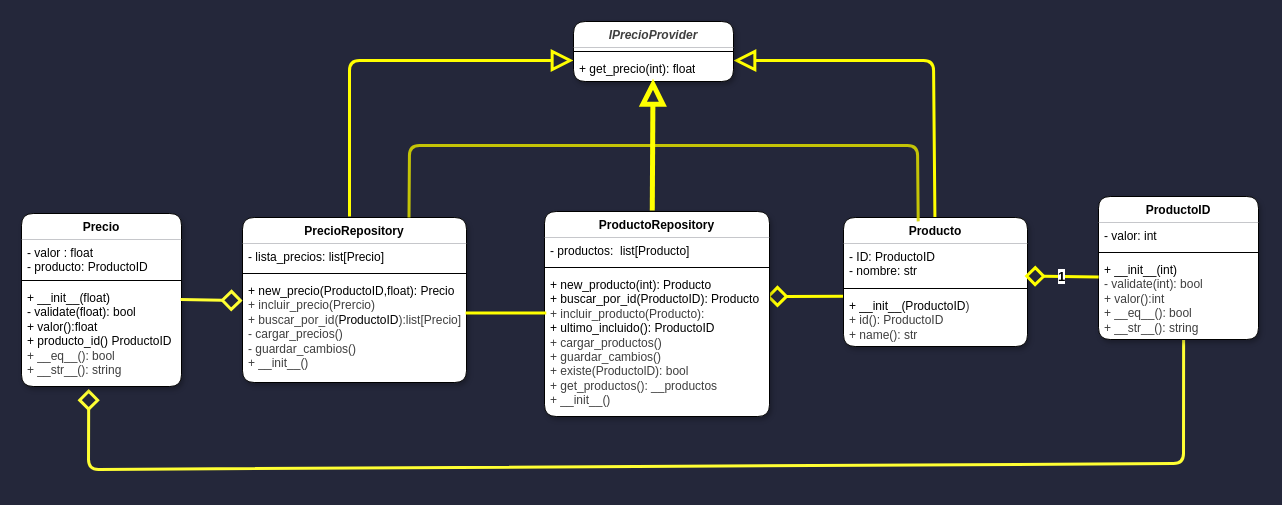
This is Docs/DiagramaSubSistema.drawio from shinovi9/Subsistema-Precio, a draw.io file, before an edit. Source tidied: cells renumbered, new cells numbered last; positions are measured from the earlier drawing's top-left corner, leaving out a move shared by most shapes. Both pictures are drawn from the tidied source at 100%, with x=0, y=0 at pixel (21, 21).
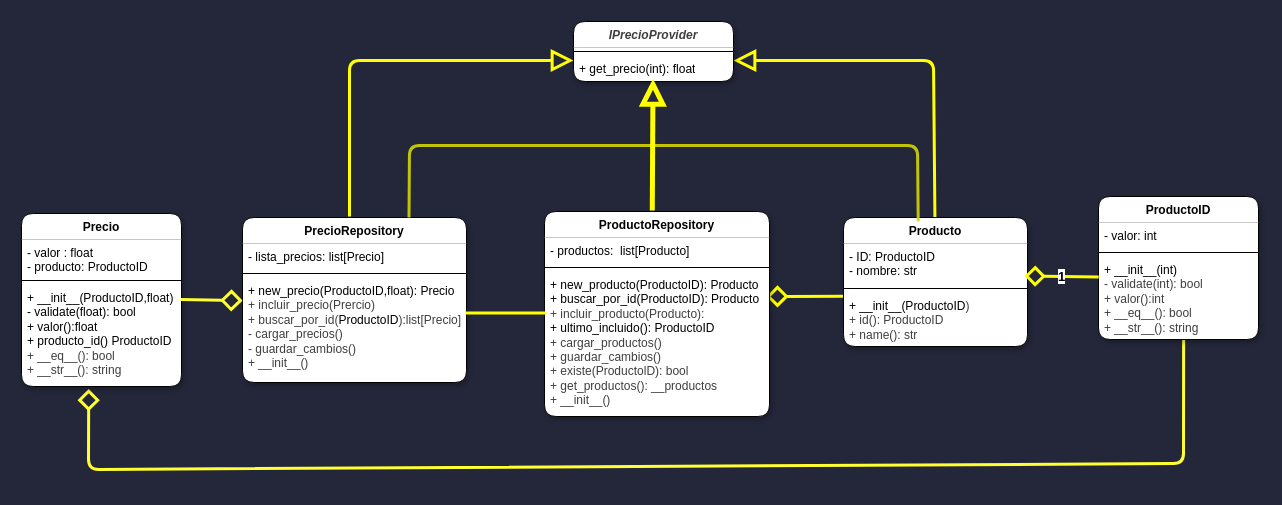
The same page after the edit.

The change refers to these unchanged cells:
```xml
<mxCell id="13" value="ProductoRepository" style="swimlane;fontStyle=1;align=center;verticalAlign=top;horizontal=1;startSize=26;whiteSpace=wrap;html=1;swimlaneFillColor=default;gradientColor=none;fillStyle=auto;strokeWidth=1;rounded=1;glass=0;swimlaneLine=0;shadow=1;" parent="1" vertex="1">
  <mxGeometry x="523" y="190" width="225" height="205" as="geometry" />
</mxCell>
<mxCell id="29" value="Precio" style="swimlane;fontStyle=1;align=center;verticalAlign=top;horizontal=1;startSize=26;whiteSpace=wrap;html=1;swimlaneFillColor=default;gradientColor=none;fillStyle=auto;strokeWidth=1;rounded=1;glass=0;swimlaneLine=0;shadow=1;" parent="1" vertex="1">
  <mxGeometry y="192" width="160" height="173" as="geometry" />
</mxCell>
```

The edit, as a diff of the source:
```diff
@@
-    <mxCell id="16" value="&lt;font style=&quot;scrollbar-color: rgb(226, 226, 226) rgb(251, 251, 251); color: rgb(0, 0, 0);&quot;&gt;+ new_producto(int): Producto&lt;/font&gt;&lt;div style=&quot;scrollbar-color: rgb(226, 226, 226) rgb(251, 251, 251); color: rgb(63, 63, 63);&quot;&gt;&lt;font style=&quot;scrollbar-color: rgb(226, 226, 226) rgb(251, 251, 251); color: rgb(0, 0, 0);&quot;&gt;+ buscar_por_id(ProductoID): Producto&lt;/font&gt;&lt;/div&gt;&lt;div style=&quot;scrollbar-color: rgb(226, 226, 226) rgb(251, 251, 251); color: rgb(63, 63, 63);&quot;&gt;+ incluir_producto(Producto):&lt;/div&gt;&lt;div style=&quot;scrollbar-color: rgb(226, 226, 226) rgb(251, 251, 251); color: rgb(63, 63, 63);&quot;&gt;&lt;font style=&quot;scrollbar-color: rgb(226, 226, 226) rgb(251, 251, 251); color: rgb(0, 0, 0);&quot;&gt;+ ultimo_incluido(): ProductoID&lt;/font&gt;&lt;/div&gt;&lt;div style=&quot;scrollbar-color: rgb(226, 226, 226) rgb(251, 251, 251); color: rgb(63, 63, 63);&quot;&gt;+ cargar_productos()&lt;/div&gt;&lt;div style=&quot;scrollbar-color: rgb(226, 226, 226) rgb(251, 251, 251); color: rgb(63, 63, 63);&quot;&gt;+ guardar_cambios()&lt;/div&gt;&lt;div style=&quot;scrollbar-color: rgb(226, 226, 226) rgb(251, 251, 251); color: rgb(63, 63, 63);&quot;&gt;+ existe(ProductolD): bool&lt;/div&gt;&lt;div style=&quot;scrollbar-color: rgb(226, 226, 226) rgb(251, 251, 251); color: rgb(63, 63, 63);&quot;&gt;+ get_productos(): __productos&amp;nbsp;&amp;nbsp;&lt;/div&gt;&lt;div style=&quot;scrollbar-color: rgb(226, 226, 226) rgb(251, 251, 251); color: rgb(63, 63, 63);&quot;&gt;+ __init__()&lt;/div&gt;" style="text;strokeColor=none;fillColor=none;align=left;verticalAlign=top;spacingLeft=4;spacingRight=4;overflow=hidden;points=[[0,0.5],[1,0.5]];portConstraint=eastwest;whiteSpace=wrap;html=1;rounded=1;" parent="13" vertex="1">
+    <mxCell id="16" value="&lt;font style=&quot;scrollbar-color: rgb(226, 226, 226) rgb(251, 251, 251); color: rgb(0, 0, 0);&quot;&gt;+ new_producto(ProductoID): Producto&lt;/font&gt;&lt;div style=&quot;scrollbar-color: rgb(226, 226, 226) rgb(251, 251, 251); color: rgb(63, 63, 63);&quot;&gt;&lt;font style=&quot;scrollbar-color: rgb(226, 226, 226) rgb(251, 251, 251); color: rgb(0, 0, 0);&quot;&gt;+ buscar_por_id(ProductoID): Producto&lt;/font&gt;&lt;/div&gt;&lt;div style=&quot;scrollbar-color: rgb(226, 226, 226) rgb(251, 251, 251); color: rgb(63, 63, 63);&quot;&gt;+ incluir_producto(Producto):&lt;/div&gt;&lt;div style=&quot;scrollbar-color: rgb(226, 226, 226) rgb(251, 251, 251); color: rgb(63, 63, 63);&quot;&gt;&lt;font style=&quot;scrollbar-color: rgb(226, 226, 226) rgb(251, 251, 251); color: rgb(0, 0, 0);&quot;&gt;+ ultimo_incluido(): ProductoID&lt;/font&gt;&lt;/div&gt;&lt;div style=&quot;scrollbar-color: rgb(226, 226, 226) rgb(251, 251, 251); color: rgb(63, 63, 63);&quot;&gt;+ cargar_productos()&lt;/div&gt;&lt;div style=&quot;scrollbar-color: rgb(226, 226, 226) rgb(251, 251, 251); color: rgb(63, 63, 63);&quot;&gt;+ guardar_cambios()&lt;/div&gt;&lt;div style=&quot;scrollbar-color: rgb(226, 226, 226) rgb(251, 251, 251); color: rgb(63, 63, 63);&quot;&gt;+ existe(ProductolD): bool&lt;/div&gt;&lt;div style=&quot;scrollbar-color: rgb(226, 226, 226) rgb(251, 251, 251); color: rgb(63, 63, 63);&quot;&gt;+ get_productos(): __productos&amp;nbsp;&amp;nbsp;&lt;/div&gt;&lt;div style=&quot;scrollbar-color: rgb(226, 226, 226) rgb(251, 251, 251); color: rgb(63, 63, 63);&quot;&gt;+ __init__()&lt;/div&gt;" style="text;strokeColor=none;fillColor=none;align=left;verticalAlign=top;spacingLeft=4;spacingRight=4;overflow=hidden;points=[[0,0.5],[1,0.5]];portConstraint=eastwest;whiteSpace=wrap;html=1;rounded=1;" parent="13" vertex="1">
       <mxGeometry y="60" width="225" height="145" as="geometry" />
     </mxCell>
@@
-    <mxCell id="32" value="+ __init__(float)&lt;div&gt;&lt;div&gt;- validate(float): bool&lt;/div&gt;&lt;/div&gt;&lt;div&gt;+ valor():float&lt;/div&gt;&lt;div&gt;+ producto_id() ProductoID&lt;/div&gt;&lt;div&gt;&lt;span style=&quot;color: rgb(63, 63, 63);&quot;&gt;+ __eq__(): bool&lt;/span&gt;&lt;/div&gt;&lt;div&gt;&lt;span style=&quot;color: rgb(63, 63, 63);&quot;&gt;&lt;span style=&quot;color: rgb(63, 63, 63);&quot;&gt;+ __str__(): string&lt;/span&gt;&lt;/span&gt;&lt;/div&gt;" style="text;strokeColor=none;fillColor=none;align=left;verticalAlign=top;spacingLeft=4;spacingRight=4;overflow=hidden;points=[[0,0.5],[1,0.5]];portConstraint=eastwest;whiteSpace=wrap;html=1;rounded=1;" parent="29" vertex="1">
+    <mxCell id="32" value="+ __init__(ProductoID,float)&lt;div&gt;&lt;div&gt;- validate(float): bool&lt;/div&gt;&lt;/div&gt;&lt;div&gt;+ valor():float&lt;/div&gt;&lt;div&gt;+ producto_id() ProductoID&lt;/div&gt;&lt;div&gt;&lt;span style=&quot;color: rgb(63, 63, 63);&quot;&gt;+ __eq__(): bool&lt;/span&gt;&lt;/div&gt;&lt;div&gt;&lt;span style=&quot;color: rgb(63, 63, 63);&quot;&gt;&lt;span style=&quot;color: rgb(63, 63, 63);&quot;&gt;+ __str__(): string&lt;/span&gt;&lt;/span&gt;&lt;/div&gt;" style="text;strokeColor=none;fillColor=none;align=left;verticalAlign=top;spacingLeft=4;spacingRight=4;overflow=hidden;points=[[0,0.5],[1,0.5]];portConstraint=eastwest;whiteSpace=wrap;html=1;rounded=1;" parent="29" vertex="1">
       <mxGeometry y="71" width="160" height="102" as="geometry" />
     </mxCell>
```
